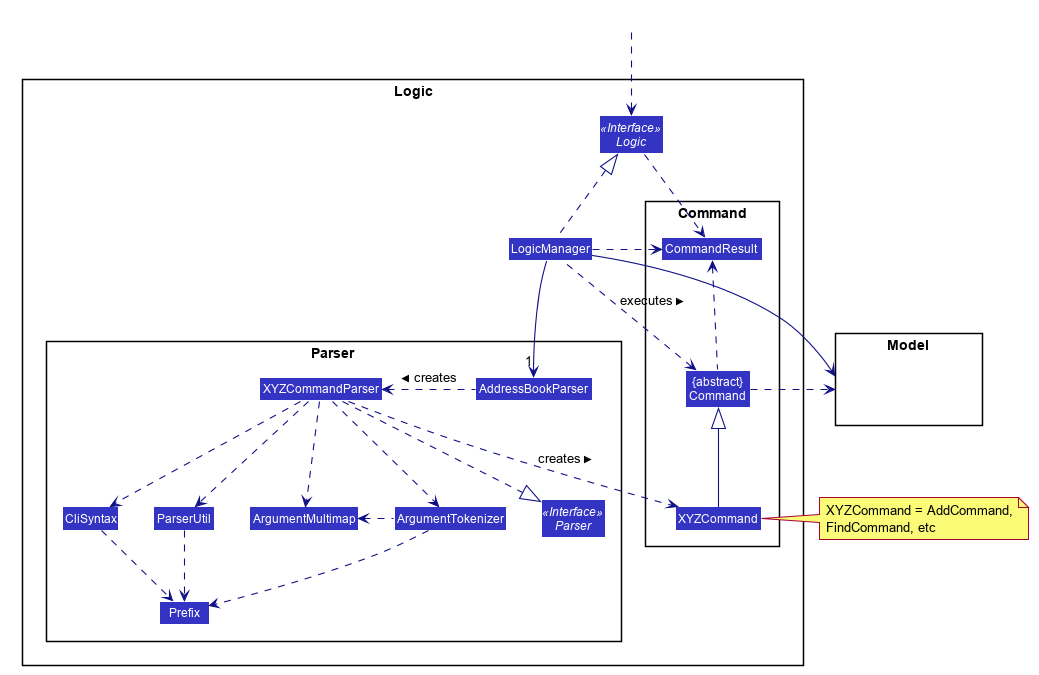
Above: docs/images/LogicClassDiagram.png in nus-cs2103-AY1920S1/addressbook-level3 (PlantUML), before the change.
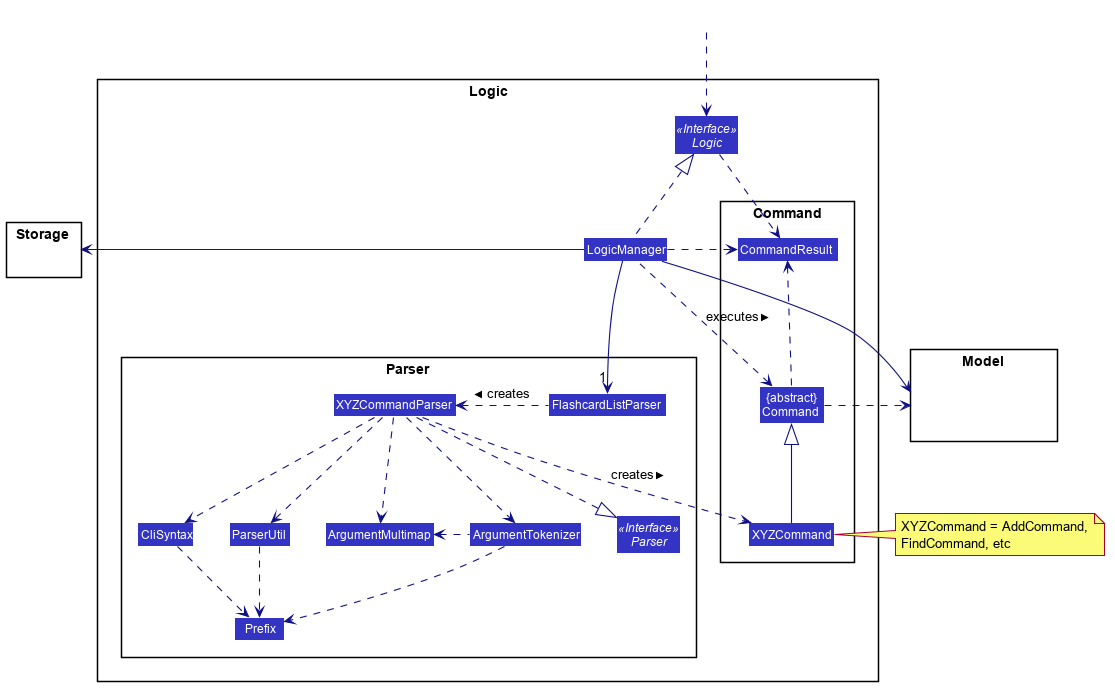
The same diagram one commit later.

Change to the diagram source:
```diff
@@ -55,7 +55,7 @@
 
 package Parser {
 Interface Parser <<Interface>>
-Class AddressBookParser
+Class FlashcardListParser
 Class XYZCommandParser
 Class CliSyntax
 Class ParserUtil
@@ -78,12 +78,16 @@
 Class HiddenModel #FFFFFF
 }
 
+package Storage{
+Class HiddenModel #FFFFFF
+}
+
 Class HiddenOutside #FFFFFF
 HiddenOutside ..> Logic
 
 LogicManager .up.|> Logic
-LogicManager -->"1" AddressBookParser
-AddressBookParser .left.> XYZCommandParser: creates >
+LogicManager -->"1" FlashcardListParser
+FlashcardListParser .left.> XYZCommandParser: creates >
 
 XYZCommandParser ..> XYZCommand : creates >
 XYZCommandParser ..|> Parser
@@ -99,6 +103,7 @@
 LogicManager .left.> Command : executes >
 
 LogicManager --> Model
+LogicManager -left-> Storage
 Command .right.> Model
 note right of XYZCommand: XYZCommand = AddCommand, \nFindCommand, etc
 
```
